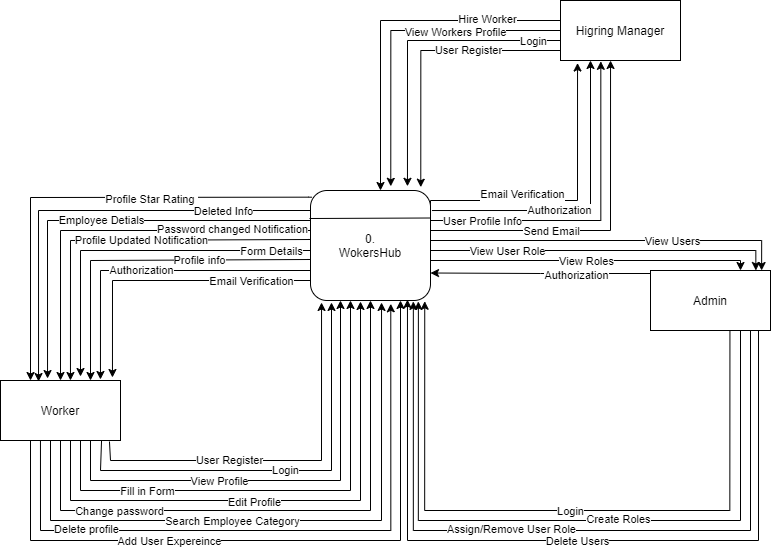
SujinRajak/WorkersManaginHub keeps this draw.io diagram as context diagram 2.png. Above is the earlier version. Source tidied: cells renumbered, new cells last; positions are measured from the earlier drawing's top-left corner, leaving out a move shared by most shapes.
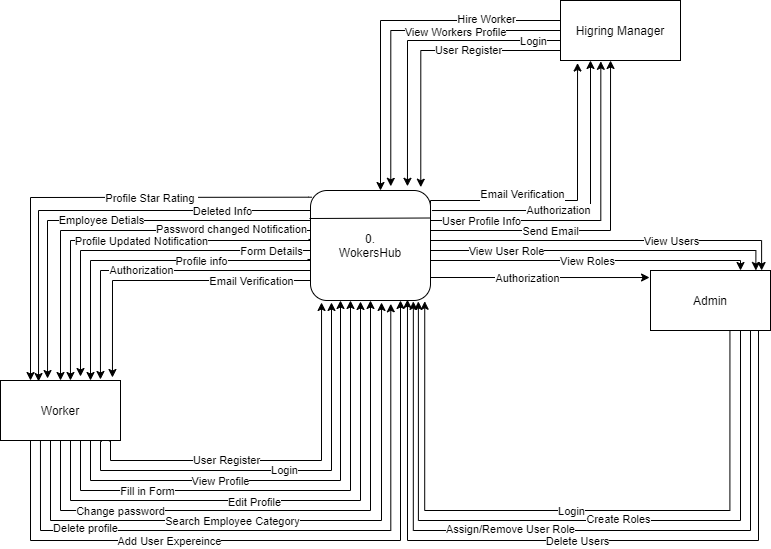
After the commit.

Change to the diagram source:
```diff
@@ -207,6 +207,16 @@
         <mxPoint x="-62" as="offset" />
       </mxGeometry>
     </mxCell>
+    <mxCell id="76" style="edgeStyle=orthogonalEdgeStyle;rounded=0;jettySize=auto;html=1;exitX=1;exitY=0.75;exitDx=0;exitDy=0;entryX=-0.008;entryY=0.117;entryDx=0;entryDy=0;entryPerimeter=0;" parent="1" edge="1" source="34" target="75">
+      <mxGeometry relative="1" as="geometry">
+        <Array as="points">
+          <mxPoint x="430" y="277" />
+        </Array>
+      </mxGeometry>
+    </mxCell>
+    <mxCell id="74" value="Authorization" style="edgeLabel;html=1;align=center;verticalAlign=middle;" parent="76" vertex="1">
+      <mxGeometry x="-0.1" relative="1" as="geometry" />
+    </mxCell>
     <mxCell id="34" value="&lt;div&gt;0.&lt;/div&gt;&lt;div&gt;WokersHub&lt;br&gt;&lt;/div&gt;" style="rounded=1;whiteSpace=wrap;html=1;" parent="1" vertex="1">
       <mxGeometry x="310" y="190" width="120" height="110" as="geometry" />
     </mxCell>
@@ -436,17 +446,6 @@
     <mxCell id="72" value="Login" style="edgeLabel;html=1;align=center;verticalAlign=middle;" parent="71" vertex="1">
       <mxGeometry x="-0.02" relative="1" as="geometry" />
     </mxCell>
-    <mxCell id="73" style="edgeStyle=orthogonalEdgeStyle;rounded=0;jettySize=auto;html=1;exitX=0;exitY=0.25;exitDx=0;exitDy=0;entryX=1;entryY=0.75;entryDx=0;entryDy=0;" parent="1" edge="1" source="75" target="34">
-      <mxGeometry relative="1" as="geometry">
-        <Array as="points">
-          <mxPoint x="650" y="273" />
-          <mxPoint x="540" y="273" />
-        </Array>
-      </mxGeometry>
-    </mxCell>
-    <mxCell id="74" value="Authorization" style="edgeLabel;html=1;align=center;verticalAlign=middle;" parent="73" vertex="1">
-      <mxGeometry x="-0.25" y="1" relative="1" as="geometry" />
-    </mxCell>
     <mxCell id="75" value="Admin" style="rounded=0;whiteSpace=wrap;html=1;" parent="1" vertex="1">
       <mxGeometry x="650" y="270" width="120" height="60" as="geometry" />
     </mxCell>
```
